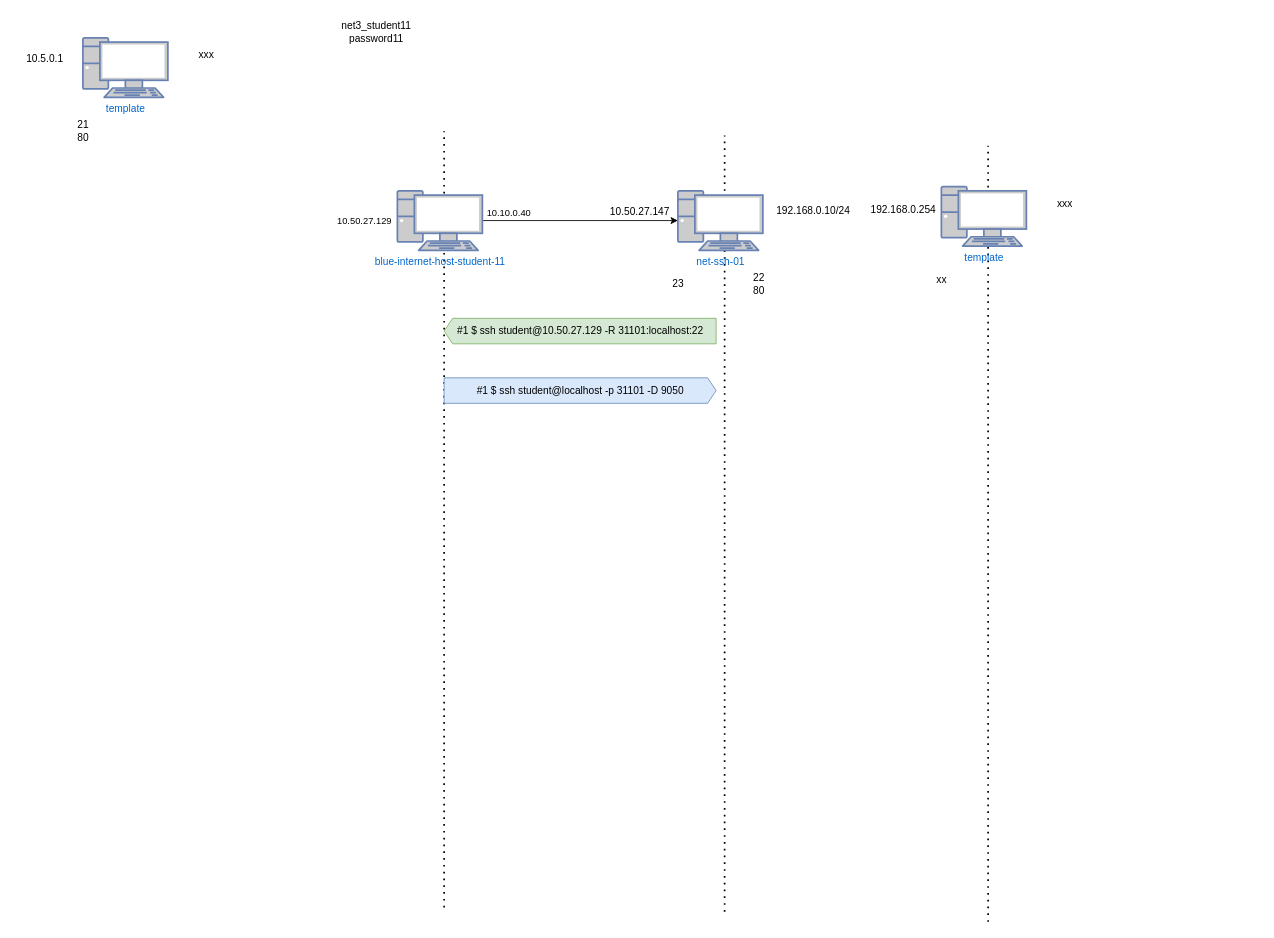
Before: CCTC/NET/Data_Collection.drawio in wifi96h/new, a draw.io diagram. Source tidied: cells renumbered, new cells numbered last; positions are measured from the earlier drawing's top-left corner, leaving out a move shared by most shapes. Both pictures are drawn from the tidied source at 85%, with x=0, y=0 at pixel (14, 14).
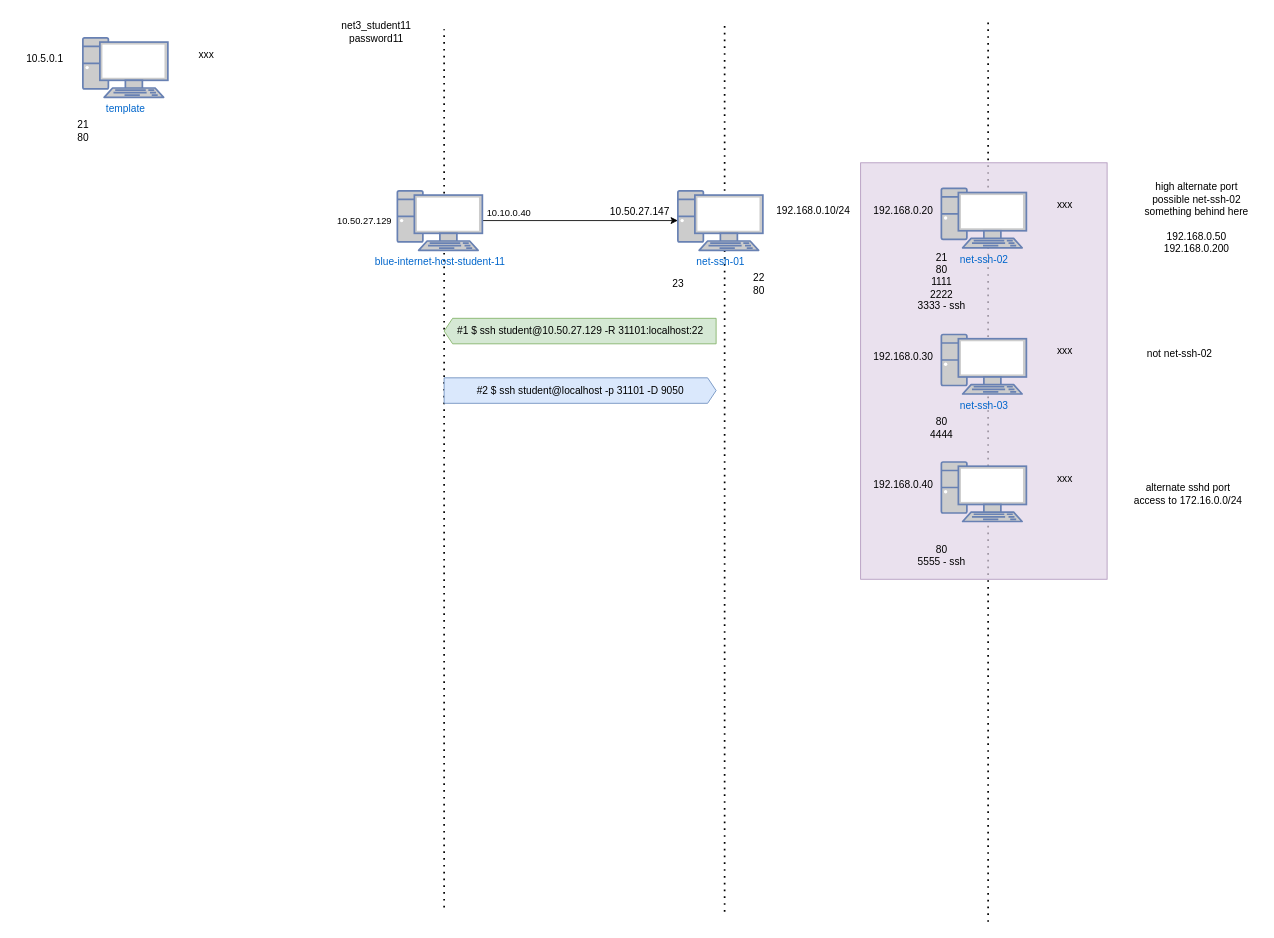
The same diagram, later.

Diff of the diagram source:
```diff
@@
     <mxCell id="2" style="endArrow=none;dashed=1;html=1;dashPattern=1 3;strokeWidth=2;rounded=0;" parent="1" edge="1">
       <mxGeometry relative="1" as="geometry">
         <mxPoint x="1145" y="1067" as="sourcePoint" />
-        <mxPoint x="1145" y="154" as="targetPoint" />
+        <mxPoint x="1145" y="7" as="targetPoint" />
       </mxGeometry>
     </mxCell>
+    <mxCell id="31" style="whiteSpace=wrap;html=1;fillColor=#e1d5e7;strokeColor=#9673a6;opacity=70;" parent="1" vertex="1">
+      <mxGeometry x="995" y="174" width="290" height="490" as="geometry" />
+    </mxCell>
     <mxCell id="3" style="endArrow=none;dashed=1;html=1;dashPattern=1 3;strokeWidth=2;rounded=0;" parent="1" edge="1">
       <mxGeometry relative="1" as="geometry">
         <mxPoint x="835" y="1055" as="sourcePoint" />
-        <mxPoint x="835" y="142" as="targetPoint" />
+        <mxPoint x="835" y="7" as="targetPoint" />
       </mxGeometry>
     </mxCell>
     <mxCell id="4" style="endArrow=none;dashed=1;html=1;dashPattern=1 3;strokeWidth=2;rounded=0;" parent="1" edge="1">
       <mxGeometry relative="1" as="geometry">
         <mxPoint x="505" y="1050" as="sourcePoint" />
-        <mxPoint x="505" y="137" as="targetPoint" />
+        <mxPoint x="505" y="17" as="targetPoint" />
       </mxGeometry>
     </mxCell>
@@
-    <mxCell id="23" style="group;" parent="1" vertex="1">
-      <mxGeometry x="1055" y="182" width="225" height="150" as="geometry" />
-    </mxCell>
-    <mxCell id="24" style="group;" parent="23" vertex="1">
-      <mxGeometry y="20" width="225" height="130" as="geometry" />
-    </mxCell>
-    <mxCell id="25" value="template" style="fontColor=#0066CC;verticalAlign=top;verticalLabelPosition=bottom;labelPosition=center;align=center;html=1;fillColor=#CCCCCC;strokeColor=#6881B3;gradientColor=none;gradientDirection=north;strokeWidth=2;shape=mxgraph.networks.pc;" parent="24" vertex="1">
-      <mxGeometry x="35" width="100" height="70" as="geometry" />
-    </mxCell>
-    <mxCell id="26" value="xx" style="text;html=1;align=center;verticalAlign=middle;strokeColor=none;fillColor=none;" parent="24" vertex="1">
-      <mxGeometry x="15" y="95" width="40" height="30" as="geometry" />
-    </mxCell>
-    <mxCell id="27" value="xxx" style="text;html=1;align=center;verticalAlign=middle;strokeColor=none;fillColor=none;" parent="24" vertex="1">
-      <mxGeometry x="160" y="5" width="40" height="30" as="geometry" />
-    </mxCell>
-    <mxCell id="28" value="192.168.0.254" style="text;html=1;align=center;verticalAlign=middle;strokeColor=none;fillColor=none;" parent="24" vertex="1">
-      <mxGeometry x="-60" y="12" width="100" height="30" as="geometry" />
-    </mxCell>
@@
-    <mxCell id="30" value="#1 $ ssh student@localhost -p 31101 -D 9050" style="html=1;shadow=0;dashed=0;align=center;verticalAlign=middle;shape=mxgraph.arrows2.arrow;dy=0;dx=10;notch=0;flipV=1;flipH=0;fillColor=#dae8fc;strokeColor=#6c8ebf;" parent="1" vertex="1">
+    <mxCell id="30" value="#2 $ ssh student@localhost -p 31101 -D 9050" style="html=1;shadow=0;dashed=0;align=center;verticalAlign=middle;shape=mxgraph.arrows2.arrow;dy=0;dx=10;notch=0;flipV=1;flipH=0;fillColor=#dae8fc;strokeColor=#6c8ebf;" parent="1" vertex="1">
       <mxGeometry x="505" y="427" width="320" height="30" as="geometry" />
     </mxCell>
+    <mxCell id="32" style="group;" parent="1" vertex="1">
+      <mxGeometry x="1055" y="184" width="225" height="175" as="geometry" />
+    </mxCell>
+    <mxCell id="33" style="group;" parent="32" vertex="1">
+      <mxGeometry y="20" width="225" height="155" as="geometry" />
+    </mxCell>
+    <mxCell id="34" value="net-ssh-02" style="fontColor=#0066CC;verticalAlign=top;verticalLabelPosition=bottom;labelPosition=center;align=center;html=1;fillColor=#CCCCCC;strokeColor=#6881B3;gradientColor=none;gradientDirection=north;strokeWidth=2;shape=mxgraph.networks.pc;" parent="33" vertex="1">
+      <mxGeometry x="35" width="100" height="70" as="geometry" />
+    </mxCell>
+    <mxCell id="35" value="21&lt;div&gt;80&lt;/div&gt;&lt;div&gt;1111&lt;/div&gt;&lt;div&gt;2222&lt;/div&gt;&lt;div&gt;3333 - ssh&lt;/div&gt;" style="text;html=1;align=center;verticalAlign=middle;strokeColor=none;fillColor=none;" parent="33" vertex="1">
+      <mxGeometry x="-5" y="65" width="80" height="90" as="geometry" />
+    </mxCell>
+    <mxCell id="36" value="xxx" style="text;html=1;align=center;verticalAlign=middle;strokeColor=none;fillColor=none;" parent="33" vertex="1">
+      <mxGeometry x="160" y="5" width="40" height="30" as="geometry" />
+    </mxCell>
+    <mxCell id="37" value="192.168.0.20" style="text;html=1;align=center;verticalAlign=middle;strokeColor=none;fillColor=none;" parent="33" vertex="1">
+      <mxGeometry x="-55" y="12" width="90" height="30" as="geometry" />
+    </mxCell>
+    <mxCell id="38" style="group;" parent="1" vertex="1">
+      <mxGeometry x="1055" y="356" width="225" height="160" as="geometry" />
+    </mxCell>
+    <mxCell id="39" style="group;" parent="38" vertex="1">
+      <mxGeometry y="20" width="225" height="140" as="geometry" />
+    </mxCell>
+    <mxCell id="40" value="net-ssh-03" style="fontColor=#0066CC;verticalAlign=top;verticalLabelPosition=bottom;labelPosition=center;align=center;html=1;fillColor=#CCCCCC;strokeColor=#6881B3;gradientColor=none;gradientDirection=north;strokeWidth=2;shape=mxgraph.networks.pc;" parent="39" vertex="1">
+      <mxGeometry x="35" width="100" height="70" as="geometry" />
+    </mxCell>
+    <mxCell id="41" value="80&lt;div&gt;4444&lt;/div&gt;" style="text;html=1;align=center;verticalAlign=middle;strokeColor=none;fillColor=none;" parent="39" vertex="1">
+      <mxGeometry x="10" y="90" width="50" height="40" as="geometry" />
+    </mxCell>
+    <mxCell id="42" value="xxx" style="text;html=1;align=center;verticalAlign=middle;strokeColor=none;fillColor=none;" parent="39" vertex="1">
+      <mxGeometry x="160" y="5" width="40" height="30" as="geometry" />
+    </mxCell>
+    <mxCell id="43" value="192.168.0.30" style="text;html=1;align=center;verticalAlign=middle;strokeColor=none;fillColor=none;" parent="39" vertex="1">
+      <mxGeometry x="-55" y="12" width="90" height="30" as="geometry" />
+    </mxCell>
+    <mxCell id="44" style="group;" parent="1" vertex="1">
+      <mxGeometry x="1055" y="506" width="225" height="160" as="geometry" />
+    </mxCell>
+    <mxCell id="45" style="group;" parent="44" vertex="1">
+      <mxGeometry y="20" width="225" height="140" as="geometry" />
+    </mxCell>
+    <mxCell id="46" style="fontColor=#0066CC;verticalAlign=top;verticalLabelPosition=bottom;labelPosition=center;align=center;html=1;fillColor=#CCCCCC;strokeColor=#6881B3;gradientColor=none;gradientDirection=north;strokeWidth=2;shape=mxgraph.networks.pc;" parent="45" vertex="1">
+      <mxGeometry x="35" width="100" height="70" as="geometry" />
+    </mxCell>
+    <mxCell id="47" value="80&lt;div&gt;5555 - ssh&lt;/div&gt;" style="text;html=1;align=center;verticalAlign=middle;strokeColor=none;fillColor=none;" parent="45" vertex="1">
+      <mxGeometry x="-5" y="90" width="80" height="40" as="geometry" />
+    </mxCell>
+    <mxCell id="48" value="xxx" style="text;html=1;align=center;verticalAlign=middle;strokeColor=none;fillColor=none;" parent="45" vertex="1">
+      <mxGeometry x="160" y="5" width="40" height="30" as="geometry" />
+    </mxCell>
+    <mxCell id="49" value="192.168.0.40" style="text;html=1;align=center;verticalAlign=middle;strokeColor=none;fillColor=none;" parent="45" vertex="1">
+      <mxGeometry x="-55" y="12" width="90" height="30" as="geometry" />
+    </mxCell>
+    <mxCell id="50" value="not net-ssh-02" style="text;html=1;align=center;verticalAlign=middle;strokeColor=none;fillColor=none;" parent="1" vertex="1">
+      <mxGeometry x="1320" y="384" width="100" height="30" as="geometry" />
+    </mxCell>
+    <mxCell id="51" value="high alternate port&lt;div&gt;possible net-ssh-02&lt;/div&gt;&lt;div&gt;something behind here&lt;/div&gt;&lt;div&gt;&lt;br&gt;&lt;/div&gt;&lt;div&gt;192.168.0.50&lt;/div&gt;&lt;div&gt;192.168.0.200&lt;/div&gt;" style="text;html=1;align=center;verticalAlign=middle;strokeColor=none;fillColor=none;" parent="1" vertex="1">
+      <mxGeometry x="1315" y="189" width="150" height="100" as="geometry" />
+    </mxCell>
+    <mxCell id="52" value="alternate sshd port&lt;div&gt;access to 172.16.0.0/24&lt;/div&gt;" style="text;html=1;align=center;verticalAlign=middle;strokeColor=none;fillColor=none;" parent="1" vertex="1">
+      <mxGeometry x="1305" y="544" width="150" height="40" as="geometry" />
+    </mxCell>
```
